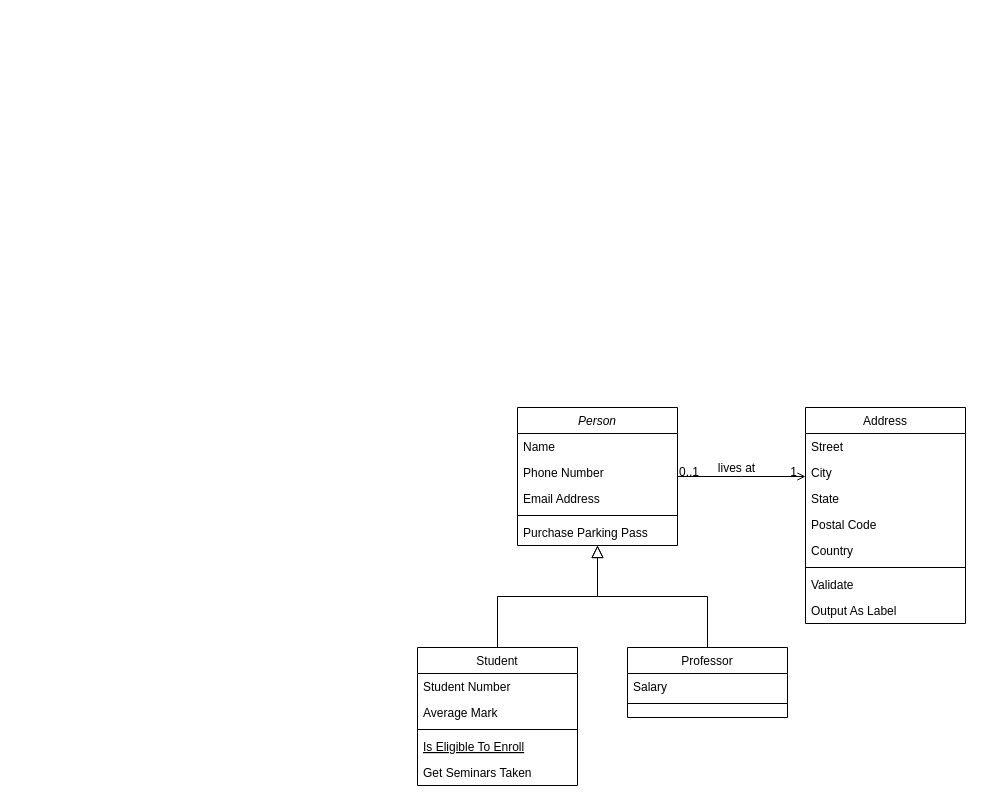
yong362/Transfer keeps this draw.io diagram as Untitled Diagram.drawio. Above is the earlier version. Source tidied: cells renumbered, new cells numbered last; positions are measured from the earlier drawing's top-left corner, leaving out a move shared by most shapes. Both pictures are drawn from the tidied source at 100%, with x=0, y=0 at pixel (417, 407).
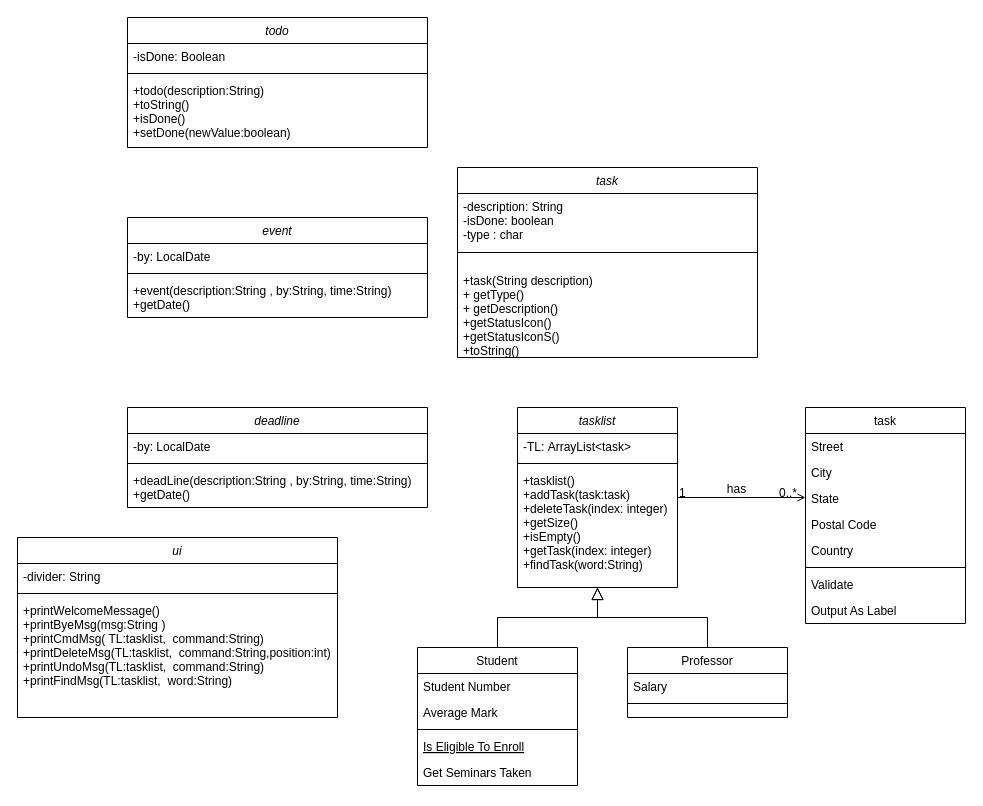
Above is the later version.

Unchanged cells that the change refers to:
```xml
<mxCell id="28" style="endArrow=open;shadow=0;strokeWidth=1;rounded=0;endFill=1;edgeStyle=elbowEdgeStyle;elbow=vertical;" parent="1" edge="1" source="2" target="19">
  <mxGeometry x="0.5" y="41" relative="1" as="geometry">
    <mxPoint x="-40" y="32" as="offset" />
  </mxGeometry>
</mxCell>
```

Diff of the diagram source:
```diff
@@
-    <mxCell id="2" value="Person" style="swimlane;fontStyle=2;align=center;verticalAlign=top;horizontal=1;startSize=26;rounded=0;shadow=0;strokeWidth=1;" parent="1" vertex="1">
-      <mxGeometry x="100" width="160" height="138" as="geometry" />
+    <mxCell id="2" value="tasklist" style="swimlane;fontStyle=2;align=center;verticalAlign=top;horizontal=1;startSize=26;rounded=0;shadow=0;strokeWidth=1;" parent="1" vertex="1">
+      <mxGeometry x="100" width="160" height="180" as="geometry" />
     </mxCell>
-    <mxCell id="3" value="Name" style="text;align=left;verticalAlign=top;spacingLeft=4;spacingRight=4;overflow=hidden;" parent="2" vertex="1">
+    <mxCell id="3" value="-TL: ArrayList&lt;task&gt;" style="text;align=left;verticalAlign=top;spacingLeft=4;spacingRight=4;overflow=hidden;" parent="2" vertex="1">
       <mxGeometry y="26" width="160" height="26" as="geometry" />
     </mxCell>
-    <mxCell id="4" value="Phone Number" style="text;align=left;verticalAlign=top;spacingLeft=4;spacingRight=4;overflow=hidden;rounded=0;shadow=0;html=0;" parent="2" vertex="1">
-      <mxGeometry y="52" width="160" height="26" as="geometry" />
-    </mxCell>
-    <mxCell id="5" value="Email Address" style="text;align=left;verticalAlign=top;spacingLeft=4;spacingRight=4;overflow=hidden;rounded=0;shadow=0;html=0;" parent="2" vertex="1">
-      <mxGeometry y="78" width="160" height="26" as="geometry" />
-    </mxCell>
     <mxCell id="6" style="line;html=1;strokeWidth=1;align=left;verticalAlign=middle;spacingTop=-1;spacingLeft=3;spacingRight=3;labelPosition=right;" parent="2" vertex="1">
-      <mxGeometry y="104" width="160" height="8" as="geometry" />
+      <mxGeometry y="52" width="160" height="8" as="geometry" />
     </mxCell>
-    <mxCell id="7" value="Purchase Parking Pass" style="text;align=left;verticalAlign=top;spacingLeft=4;spacingRight=4;overflow=hidden;" parent="2" vertex="1">
-      <mxGeometry y="112" width="160" height="26" as="geometry" />
+    <mxCell id="7" value="+tasklist()&#10;+addTask(task:task)&#10;+deleteTask(index: integer)&#10;+getSize()&#10;+isEmpty()&#10;+getTask(index: integer)&#10;+findTask(word:String)&#10;" style="text;align=left;verticalAlign=top;spacingLeft=4;spacingRight=4;overflow=hidden;" parent="2" vertex="1">
+      <mxGeometry y="60" width="160" height="120" as="geometry" />
     </mxCell>
@@
-    <mxCell id="19" value="Address" style="swimlane;fontStyle=0;align=center;verticalAlign=top;horizontal=1;startSize=26;rounded=0;shadow=0;strokeWidth=1;" parent="1" vertex="1">
+    <mxCell id="19" value="task" style="swimlane;fontStyle=0;align=center;verticalAlign=top;horizontal=1;startSize=26;rounded=0;shadow=0;strokeWidth=1;" parent="1" vertex="1">
       <mxGeometry x="388" width="160" height="216" as="geometry" />
     </mxCell>
@@
-    <mxCell id="29" value="0..1" style="align=left;verticalAlign=bottom;labelBackgroundColor=none;fontSize=12;" parent="28" vertex="1">
+    <mxCell id="29" value="1" style="align=left;verticalAlign=bottom;labelBackgroundColor=none;fontSize=12;" parent="28" vertex="1">
       <mxGeometry x="-1" relative="1" as="geometry">
         <mxPoint y="4" as="offset" />
       </mxGeometry>
     </mxCell>
-    <mxCell id="30" value="1" style="align=right;verticalAlign=bottom;labelBackgroundColor=none;fontSize=12;" parent="28" vertex="1">
+    <mxCell id="30" value="0..*" style="align=right;verticalAlign=bottom;labelBackgroundColor=none;fontSize=12;" parent="28" vertex="1">
       <mxGeometry x="1" relative="1" as="geometry">
         <mxPoint x="-7" y="4" as="offset" />
       </mxGeometry>
     </mxCell>
-    <mxCell id="31" value="lives at" style="text;html=1;align=center;verticalAlign=middle;labelBackgroundColor=none;rounded=0;shadow=0;strokeWidth=1;fontSize=12;" parent="28" vertex="1">
+    <mxCell id="31" value="has" style="text;html=1;align=center;verticalAlign=middle;labelBackgroundColor=none;rounded=0;shadow=0;strokeWidth=1;fontSize=12;" parent="28" vertex="1">
       <mxGeometry x="0.5" y="49" relative="1" as="geometry">
         <mxPoint x="-38" y="40" as="offset" />
       </mxGeometry>
     </mxCell>
+    <mxCell id="32" value="deadline" style="swimlane;fontStyle=2;align=center;verticalAlign=top;horizontal=1;startSize=26;rounded=0;shadow=0;strokeWidth=1;" parent="1" vertex="1">
+      <mxGeometry x="-290" width="300" height="100" as="geometry" />
+    </mxCell>
+    <mxCell id="33" value="-by: LocalDate&#10;&#10;" style="text;align=left;verticalAlign=top;spacingLeft=4;spacingRight=4;overflow=hidden;" parent="32" vertex="1">
+      <mxGeometry y="26" width="300" height="26" as="geometry" />
+    </mxCell>
+    <mxCell id="34" style="line;html=1;strokeWidth=1;align=left;verticalAlign=middle;spacingTop=-1;spacingLeft=3;spacingRight=3;labelPosition=right;" parent="32" vertex="1">
+      <mxGeometry y="52" width="300" height="8" as="geometry" />
+    </mxCell>
+    <mxCell id="35" value="+deadLine(description:String , by:String, time:String) &#10;+getDate()&#10;" style="text;align=left;verticalAlign=top;spacingLeft=4;spacingRight=4;overflow=hidden;" parent="32" vertex="1">
+      <mxGeometry y="60" width="300" height="40" as="geometry" />
+    </mxCell>
+    <mxCell id="36" value="event" style="swimlane;fontStyle=2;align=center;verticalAlign=top;horizontal=1;startSize=26;rounded=0;shadow=0;strokeWidth=1;" parent="1" vertex="1">
+      <mxGeometry x="-290" y="-190" width="300" height="100" as="geometry" />
+    </mxCell>
+    <mxCell id="37" value="-by: LocalDate&#10;&#10;" style="text;align=left;verticalAlign=top;spacingLeft=4;spacingRight=4;overflow=hidden;" parent="36" vertex="1">
+      <mxGeometry y="26" width="300" height="26" as="geometry" />
+    </mxCell>
+    <mxCell id="38" style="line;html=1;strokeWidth=1;align=left;verticalAlign=middle;spacingTop=-1;spacingLeft=3;spacingRight=3;labelPosition=right;" parent="36" vertex="1">
+      <mxGeometry y="52" width="300" height="8" as="geometry" />
+    </mxCell>
+    <mxCell id="39" value="+event(description:String , by:String, time:String) &#10;+getDate()&#10;" style="text;align=left;verticalAlign=top;spacingLeft=4;spacingRight=4;overflow=hidden;" parent="36" vertex="1">
+      <mxGeometry y="60" width="300" height="40" as="geometry" />
+    </mxCell>
+    <mxCell id="40" value="todo" style="swimlane;fontStyle=2;align=center;verticalAlign=top;horizontal=1;startSize=26;rounded=0;shadow=0;strokeWidth=1;" parent="1" vertex="1">
+      <mxGeometry x="-290" y="-390" width="300" height="130" as="geometry" />
+    </mxCell>
+    <mxCell id="41" value="-isDone: Boolean&#10;" style="text;align=left;verticalAlign=top;spacingLeft=4;spacingRight=4;overflow=hidden;" parent="40" vertex="1">
+      <mxGeometry y="26" width="300" height="26" as="geometry" />
+    </mxCell>
+    <mxCell id="42" style="line;html=1;strokeWidth=1;align=left;verticalAlign=middle;spacingTop=-1;spacingLeft=3;spacingRight=3;labelPosition=right;" parent="40" vertex="1">
+      <mxGeometry y="52" width="300" height="8" as="geometry" />
+    </mxCell>
+    <mxCell id="43" value="+todo(description:String) &#10;+toString()&#10;+isDone()&#10;+setDone(newValue:boolean)&#10;" style="text;align=left;verticalAlign=top;spacingLeft=4;spacingRight=4;overflow=hidden;" parent="40" vertex="1">
+      <mxGeometry y="60" width="300" height="70" as="geometry" />
+    </mxCell>
+    <mxCell id="44" value="ui" style="swimlane;fontStyle=2;align=center;verticalAlign=top;horizontal=1;startSize=26;rounded=0;shadow=0;strokeWidth=1;" parent="1" vertex="1">
+      <mxGeometry x="-400" y="130" width="320" height="180" as="geometry" />
+    </mxCell>
+    <mxCell id="45" value="-divider: String&#10;" style="text;align=left;verticalAlign=top;spacingLeft=4;spacingRight=4;overflow=hidden;" parent="44" vertex="1">
+      <mxGeometry y="26" width="320" height="26" as="geometry" />
+    </mxCell>
+    <mxCell id="46" style="line;html=1;strokeWidth=1;align=left;verticalAlign=middle;spacingTop=-1;spacingLeft=3;spacingRight=3;labelPosition=right;" parent="44" vertex="1">
+      <mxGeometry y="52" width="320" height="8" as="geometry" />
+    </mxCell>
+    <mxCell id="47" value="+printWelcomeMessage()&#10;+printByeMsg(msg:String )&#10;+printCmdMsg( TL:tasklist,  command:String)&#10;+printDeleteMsg(TL:tasklist,  command:String,position:int)&#10;+printUndoMsg(TL:tasklist,  command:String)&#10;+printFindMsg(TL:tasklist,  word:String) &#10;" style="text;align=left;verticalAlign=top;spacingLeft=4;spacingRight=4;overflow=hidden;" parent="44" vertex="1">
+      <mxGeometry y="60" width="320" height="120" as="geometry" />
+    </mxCell>
+    <mxCell id="48" value="task" style="swimlane;fontStyle=2;align=center;verticalAlign=top;horizontal=1;startSize=26;rounded=0;shadow=0;strokeWidth=1;" parent="1" vertex="1">
+      <mxGeometry x="40" y="-240" width="300" height="190" as="geometry" />
+    </mxCell>
+    <mxCell id="49" value="-description: String&#10;-isDone: boolean&#10;-type : char&#10;" style="text;align=left;verticalAlign=top;spacingLeft=4;spacingRight=4;overflow=hidden;" parent="48" vertex="1">
+      <mxGeometry y="26" width="300" height="44" as="geometry" />
+    </mxCell>
+    <mxCell id="50" style="line;html=1;strokeWidth=1;align=left;verticalAlign=middle;spacingTop=-1;spacingLeft=3;spacingRight=3;labelPosition=right;" parent="48" vertex="1">
+      <mxGeometry y="70" width="300" height="30" as="geometry" />
+    </mxCell>
+    <mxCell id="51" value="+task(String description)&#10;+ getType()&#10;+ getDescription()&#10;+getStatusIcon()&#10;+getStatusIconS()&#10;+toString() " style="text;align=left;verticalAlign=top;spacingLeft=4;spacingRight=4;overflow=hidden;" parent="48" vertex="1">
+      <mxGeometry y="100" width="300" height="90" as="geometry" />
+    </mxCell>
```
